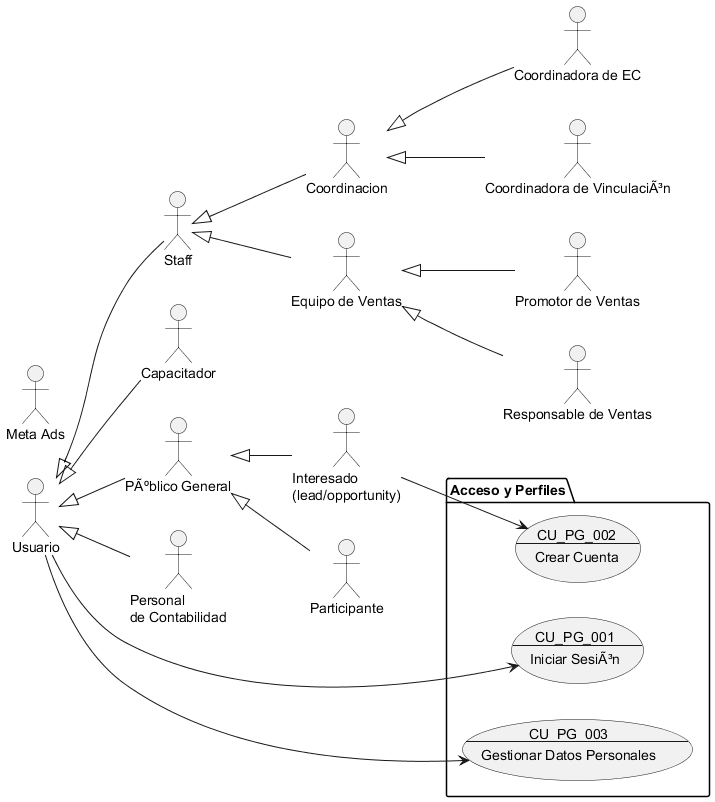
Above: Docs/Requerimientos/Diagramas/img/Acceso y Perfiles.png in Proyectos-Vinculacion-FMAT/ECFCA (PlantUML), before the change.
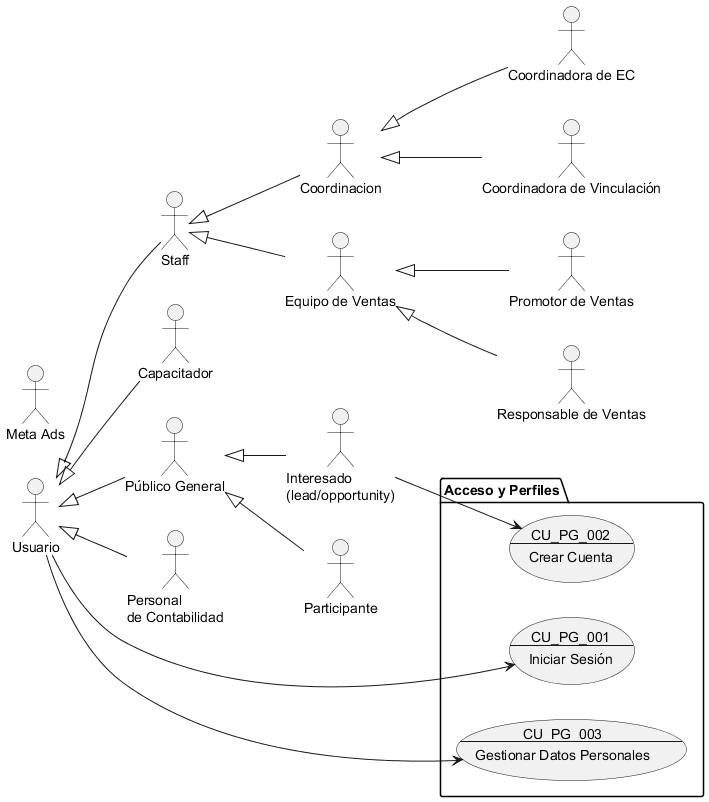
After the commit.

Change to the diagram source:
```diff
@@ -6,7 +6,7 @@
     usecase CU_PG_001 as "
     CU_PG_001
     ---
-    Iniciar SesiÃ³n
+    Iniciar Sesión
     "
     usecase CU_PG_002 as "
     CU_PG_002
```
